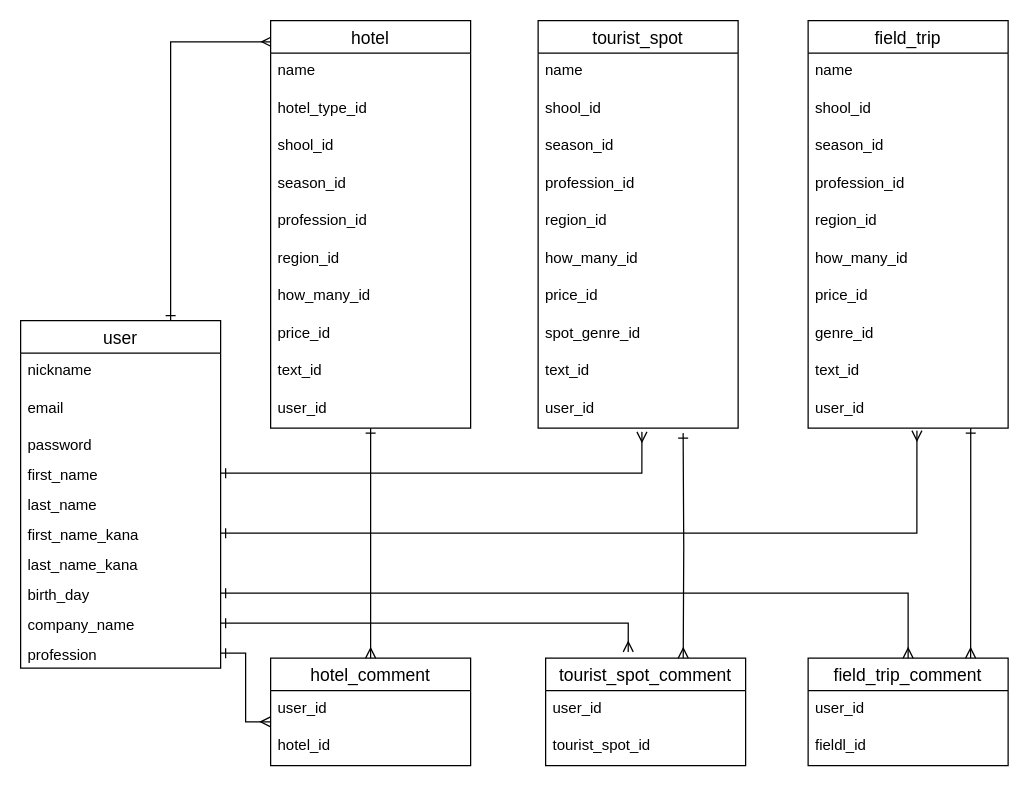
Before: gakutabi.dio in kimino98/gakutabi, a draw.io diagram. Source tidied: cells renumbered, new cells numbered last; positions are measured from the earlier drawing's top-left corner, leaving out a move shared by most shapes. Both pictures are drawn from the tidied source at 125%, with x=0, y=0 at pixel (20, 20).
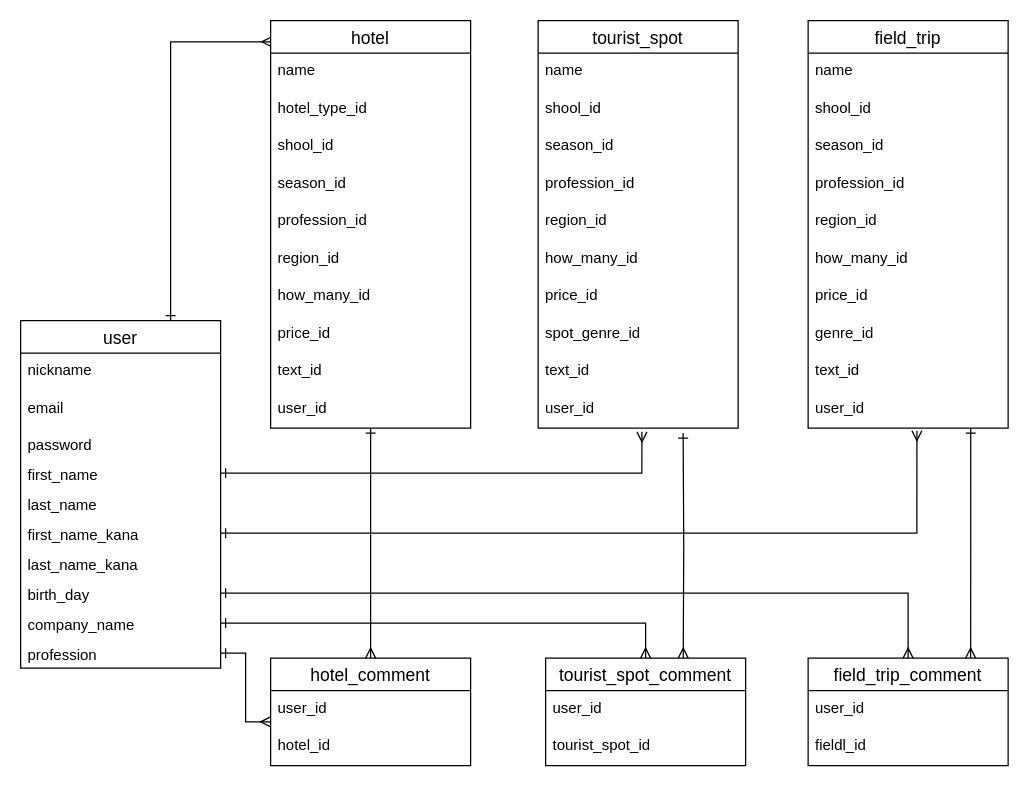
After the change.

The change refers to these unchanged cells:
```xml
<mxCell id="12" value="company_name" style="text;strokeColor=none;fillColor=none;spacingLeft=4;spacingRight=4;overflow=hidden;points=[[0,0.5],[1,0.5]];portConstraint=eastwest;fontSize=12;" parent="3" vertex="1">
  <mxGeometry y="230" width="160" height="24" as="geometry" />
</mxCell>
<mxCell id="50" value="tourist_spot_comment" style="swimlane;fontStyle=0;horizontal=1;startSize=26;align=center;fontSize=14;" parent="1" vertex="1">
  <mxGeometry x="420" y="510" width="160" height="86" as="geometry" />
</mxCell>
```

Change to the diagram source:
```diff
@@
-    <mxCell id="61" style="edgeStyle=orthogonalEdgeStyle;rounded=0;jettySize=auto;html=1;exitX=1;exitY=0.5;exitDx=0;exitDy=0;entryX=0.413;entryY=-0.058;entryDx=0;entryDy=0;entryPerimeter=0;startArrow=ERone;startFill=0;endArrow=ERmany;endFill=0;" parent="1" edge="1" source="12" target="50">
+    <mxCell id="61" style="edgeStyle=orthogonalEdgeStyle;rounded=0;jettySize=auto;html=1;exitX=1;exitY=0.5;exitDx=0;exitDy=0;startArrow=ERone;startFill=0;endArrow=ERmany;endFill=0;" parent="1" edge="1" source="12" target="50">
       <mxGeometry relative="1" as="geometry" />
     </mxCell>
```
